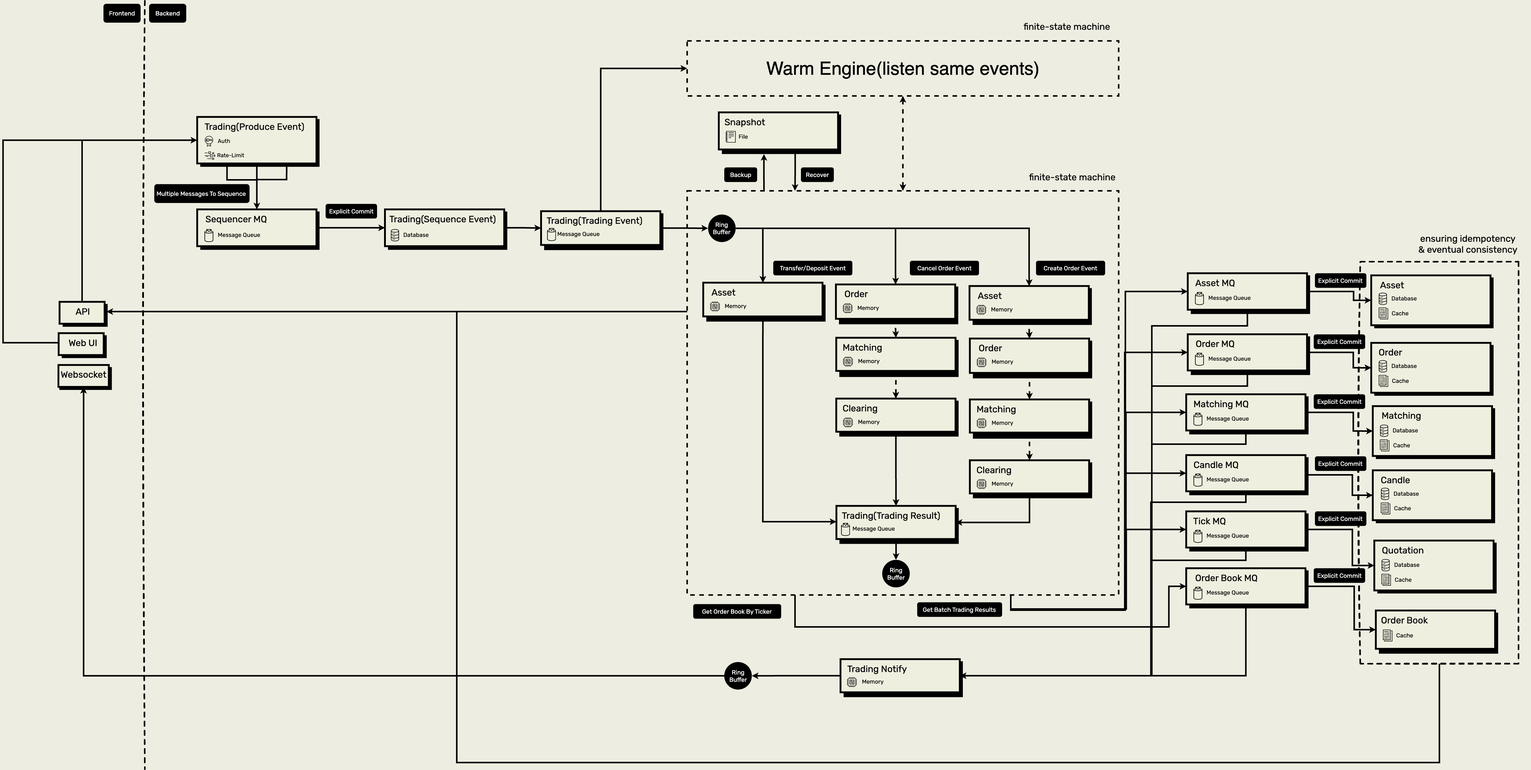
Above: exchange-arch.png in superj80820/system-design (draw.io), before the change. Source tidied: cells renumbered, new cells last; positions are measured from the earlier drawing's top-left corner, leaving out a move shared by most shapes.
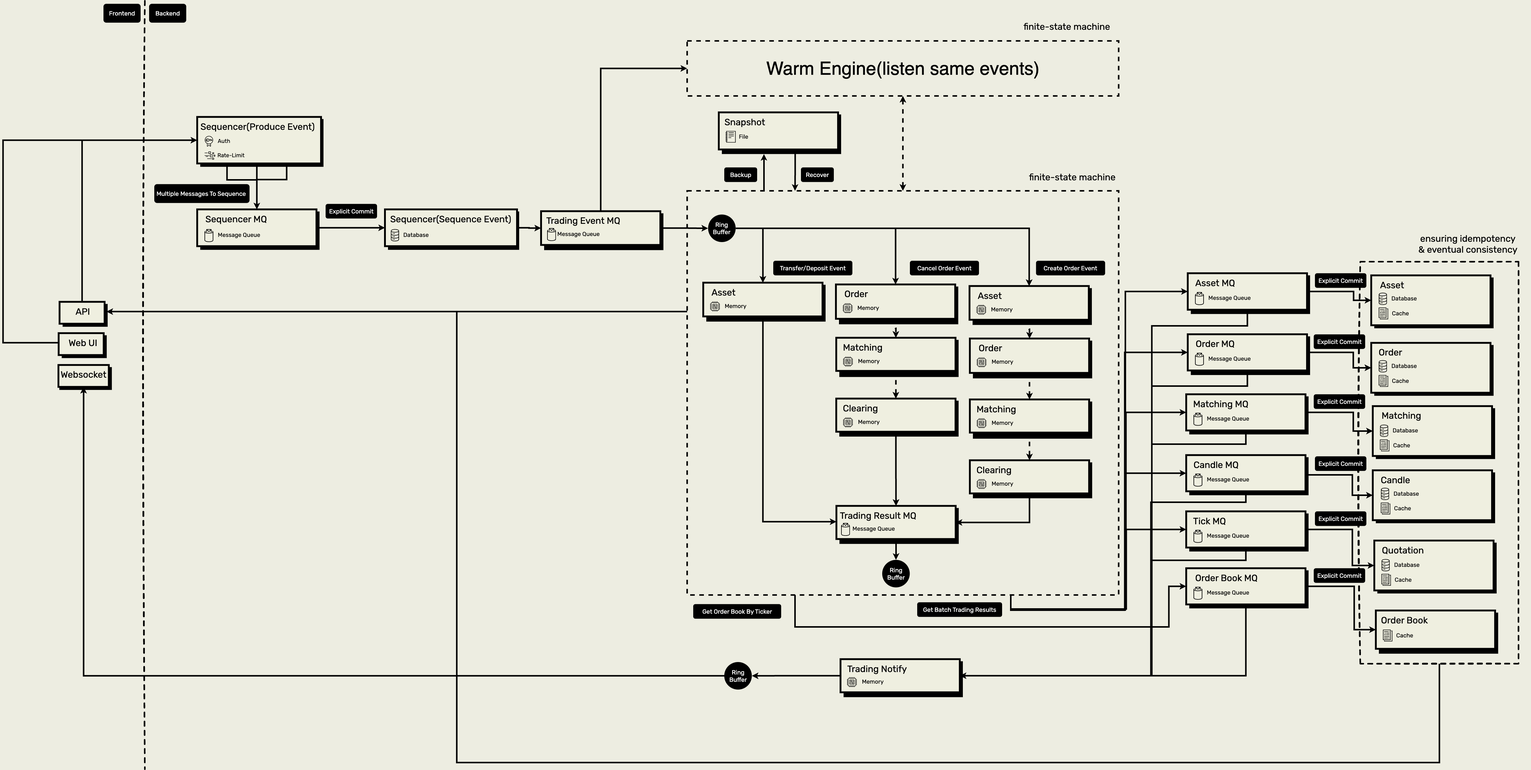
After the change.

The edit, as a diff of the source:
```diff
@@ -74,13 +74,13 @@
       <mxGeometry y="1" width="402" height="279" as="geometry" />
     </mxCell>
     <mxCell id="12" style="rounded=0;whiteSpace=wrap;html=1;labelBackgroundColor=none;strokeWidth=7;strokeColor=none;fillColor=#000000;" parent="11" vertex="1">
-      <mxGeometry x="-241.9" y="105.9" width="391.9" height="157.1" as="geometry" />
+      <mxGeometry x="-241.9" y="105.9" width="404.9" height="157.1" as="geometry" />
     </mxCell>
     <mxCell id="13" style="rounded=0;whiteSpace=wrap;html=1;labelBackgroundColor=none;strokeWidth=6;fillColor=#EFEFE0;" parent="11" vertex="1">
-      <mxGeometry x="-252" y="99" width="391.9" height="153" as="geometry" />
+      <mxGeometry x="-252" y="99" width="407" height="153" as="geometry" />
     </mxCell>
-    <mxCell id="14" value="&lt;font style=&quot;font-size: 30px;&quot;&gt;Trading(Produce Event)&lt;/font&gt;" style="text;html=1;align=center;verticalAlign=middle;whiteSpace=wrap;rounded=0;fontFamily=Rubik;fontSource=https%3A%2F%2Ffonts.googleapis.com%2Fcss%3Ffamily%3DRubik;" parent="11" vertex="1">
-      <mxGeometry x="-252" y="110" width="376" height="41" as="geometry" />
+    <mxCell id="14" value="&lt;font style=&quot;font-size: 30px;&quot;&gt;Sequencer(Produce Event)&lt;/font&gt;" style="text;html=1;align=center;verticalAlign=middle;whiteSpace=wrap;rounded=0;fontFamily=Rubik;fontSource=https%3A%2F%2Ffonts.googleapis.com%2Fcss%3Ffamily%3DRubik;" parent="11" vertex="1">
+      <mxGeometry x="-249" y="110" width="391" height="41" as="geometry" />
     </mxCell>
     <mxCell id="15" style="group;" parent="11" vertex="1">
       <mxGeometry x="-232" y="159" width="136" height="40" as="geometry" />
@@ -412,7 +412,12 @@
       <mxGeometry x="3343" y="559" width="341" height="41" as="geometry" />
     </mxCell>
     <mxCell id="112" style="edgeStyle=orthogonalEdgeStyle;rounded=0;hachureGap=4;jettySize=auto;html=1;entryX=0.5;entryY=0;entryDx=0;entryDy=0;strokeWidth=5;" parent="1" edge="1" source="13" target="77">
-      <mxGeometry relative="1" as="geometry" />
+      <mxGeometry relative="1" as="geometry">
+        <Array as="points">
+          <mxPoint x="834" y="569" />
+          <mxPoint x="834" y="569" />
+        </Array>
+      </mxGeometry>
     </mxCell>
     <mxCell id="113" style="edgeStyle=orthogonalEdgeStyle;rounded=0;hachureGap=4;jettySize=auto;html=1;exitX=0.75;exitY=1;exitDx=0;exitDy=0;entryX=0.5;entryY=0;entryDx=0;entryDy=0;strokeWidth=5;" parent="1" edge="1" source="13" target="77">
       <mxGeometry relative="1" as="geometry">
@@ -478,8 +483,8 @@
     <mxCell id="127" style="rounded=0;whiteSpace=wrap;html=1;labelBackgroundColor=none;strokeWidth=6;fillColor=#EFEFE0;" parent="1" vertex="1">
       <mxGeometry x="1768" y="692" width="391.9" height="111" as="geometry" />
     </mxCell>
-    <mxCell id="128" value="&lt;font style=&quot;font-size: 30px;&quot;&gt;Trading(Trading Event)&lt;/font&gt;" style="text;html=1;align=center;verticalAlign=middle;whiteSpace=wrap;rounded=0;fontFamily=Rubik;fontSource=https%3A%2F%2Ffonts.googleapis.com%2Fcss%3Ffamily%3DRubik;" parent="1" vertex="1">
-      <mxGeometry x="1768" y="703" width="351" height="41" as="geometry" />
+    <mxCell id="128" value="&lt;font style=&quot;font-size: 30px;&quot;&gt;Trading Event MQ&lt;/font&gt;" style="text;html=1;align=center;verticalAlign=middle;whiteSpace=wrap;rounded=0;fontFamily=Rubik;fontSource=https%3A%2F%2Ffonts.googleapis.com%2Fcss%3Ffamily%3DRubik;" parent="1" vertex="1">
+      <mxGeometry x="1768" y="703" width="277" height="41" as="geometry" />
     </mxCell>
     <mxCell id="129" style="rounded=0;whiteSpace=wrap;html=1;labelBackgroundColor=none;strokeWidth=7;strokeColor=none;fillColor=#000000;" parent="1" vertex="1">
       <mxGeometry x="3898.1" y="1500.9" width="391.9" height="125.1" as="geometry" />
@@ -805,16 +810,16 @@
       <mxGeometry x="4307" y="1866" width="169" height="48" as="geometry" />
     </mxCell>
     <mxCell id="224" style="rounded=0;whiteSpace=wrap;html=1;labelBackgroundColor=none;strokeWidth=7;strokeColor=none;fillColor=#000000;" parent="1" vertex="1">
-      <mxGeometry x="1265.1" y="692.9" width="391.9" height="126.1" as="geometry" />
+      <mxGeometry x="1265.1" y="692.9" width="430.9" height="126.1" as="geometry" />
     </mxCell>
     <mxCell id="225" style="edgeStyle=orthogonalEdgeStyle;rounded=0;hachureGap=4;jettySize=auto;html=1;exitX=1;exitY=0.5;exitDx=0;exitDy=0;entryX=0;entryY=0.5;entryDx=0;entryDy=0;fontFamily=Architects Daughter;fontSource=https%3A%2F%2Ffonts.googleapis.com%2Fcss%3Ffamily%3DArchitects%2BDaughter;strokeWidth=5;" parent="1" edge="1" source="226" target="127">
       <mxGeometry relative="1" as="geometry" />
     </mxCell>
     <mxCell id="226" style="rounded=0;whiteSpace=wrap;html=1;labelBackgroundColor=none;strokeWidth=6;fillColor=#EFEFE0;" parent="1" vertex="1">
-      <mxGeometry x="1255" y="686" width="391.9" height="121" as="geometry" />
+      <mxGeometry x="1255" y="686" width="434" height="121" as="geometry" />
     </mxCell>
-    <mxCell id="227" value="&lt;span style=&quot;font-size: 30px;&quot;&gt;Trading(Sequence Event)&lt;/span&gt;" style="text;html=1;align=center;verticalAlign=middle;whiteSpace=wrap;rounded=0;fontFamily=Rubik;fontSource=https%3A%2F%2Ffonts.googleapis.com%2Fcss%3Ffamily%3DRubik;" parent="1" vertex="1">
-      <mxGeometry x="1268" y="697" width="353" height="41" as="geometry" />
+    <mxCell id="227" value="&lt;span style=&quot;font-size: 30px;&quot;&gt;Sequencer(Sequence Event)&lt;/span&gt;" style="text;html=1;align=center;verticalAlign=middle;whiteSpace=wrap;rounded=0;fontFamily=Rubik;fontSource=https%3A%2F%2Ffonts.googleapis.com%2Fcss%3Ffamily%3DRubik;" parent="1" vertex="1">
+      <mxGeometry x="1268" y="697" width="406" height="41" as="geometry" />
     </mxCell>
     <mxCell id="228" style="sketch=0;fontColor=#232F3E;gradientColor=none;fillColor=#000000;strokeColor=none;dashed=0;verticalLabelPosition=bottom;verticalAlign=top;align=center;html=1;fontSize=12;fontStyle=0;shape=mxgraph.aws4.iot_analytics_data_store;hachureGap=4;jiggle=2;curveFitting=1;" parent="1" vertex="1">
       <mxGeometry x="1274" y="751" width="27.7" height="40" as="geometry" />
@@ -837,8 +842,8 @@
     <mxCell id="234" style="rounded=0;whiteSpace=wrap;html=1;labelBackgroundColor=none;strokeWidth=6;fillColor=#EFEFE0;" parent="1" vertex="1">
       <mxGeometry x="2738.5" y="1661" width="391.9" height="109" as="geometry" />
     </mxCell>
-    <mxCell id="235" value="&lt;span style=&quot;font-size: 30px;&quot;&gt;Trading(Trading Result)&lt;/span&gt;" style="text;html=1;align=center;verticalAlign=middle;whiteSpace=wrap;rounded=0;fontFamily=Rubik;fontSource=https%3A%2F%2Ffonts.googleapis.com%2Fcss%3Ffamily%3DRubik;" parent="1" vertex="1">
-      <mxGeometry x="2738.5" y="1672" width="359.5" height="41" as="geometry" />
+    <mxCell id="235" value="&lt;span style=&quot;font-size: 30px;&quot;&gt;Trading Result MQ&lt;/span&gt;" style="text;html=1;align=center;verticalAlign=middle;whiteSpace=wrap;rounded=0;fontFamily=Rubik;fontSource=https%3A%2F%2Ffonts.googleapis.com%2Fcss%3Ffamily%3DRubik;" parent="1" vertex="1">
+      <mxGeometry x="2738.5" y="1672" width="274.5" height="41" as="geometry" />
     </mxCell>
     <mxCell id="236" style="sketch=0;fontColor=#232F3E;gradientColor=none;fillColor=#000000;strokeColor=none;dashed=0;verticalLabelPosition=bottom;verticalAlign=top;align=center;html=1;fontSize=12;fontStyle=0;shape=mxgraph.aws4.topic_2;hachureGap=4;jiggle=2;curveFitting=1;" parent="1" vertex="1">
       <mxGeometry x="2754" y="1717.3" width="28.9" height="42.5" as="geometry" />
```
